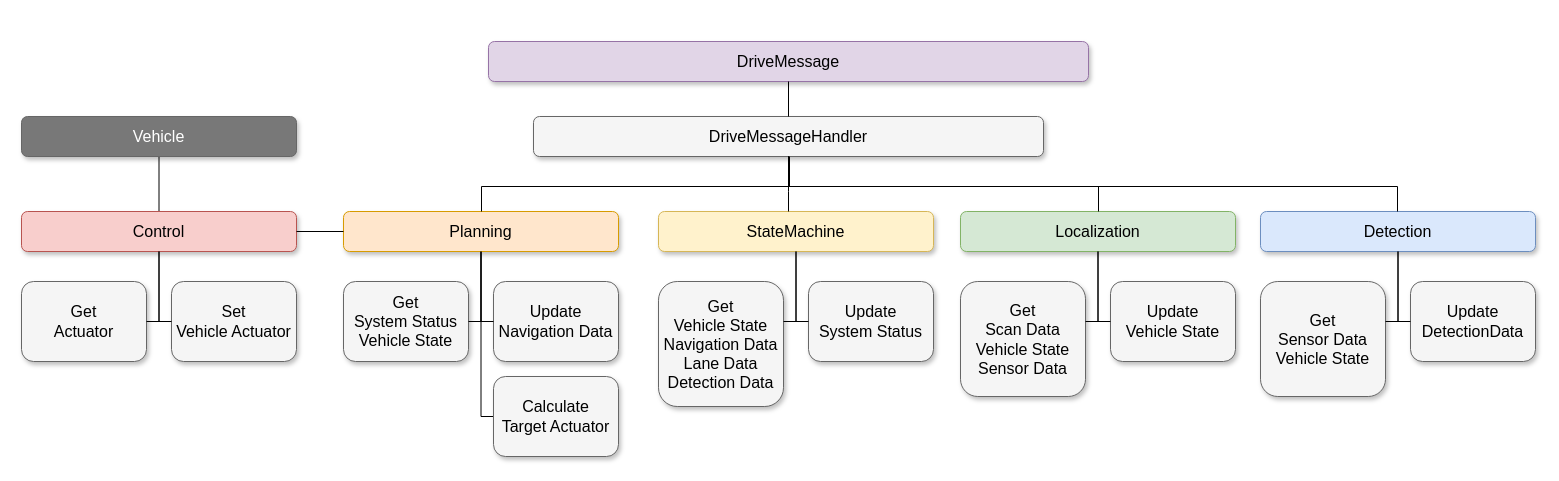
This is document/Structure.drawio from inha-cvl/mobinha-racing, a draw.io file, before an edit. Source tidied: cells renumbered, new cells numbered last; positions are measured from the earlier drawing's top-left corner, leaving out a move shared by most shapes. Both pictures are drawn from the tidied source at 100%, with x=0, y=0 at pixel (21, 41).
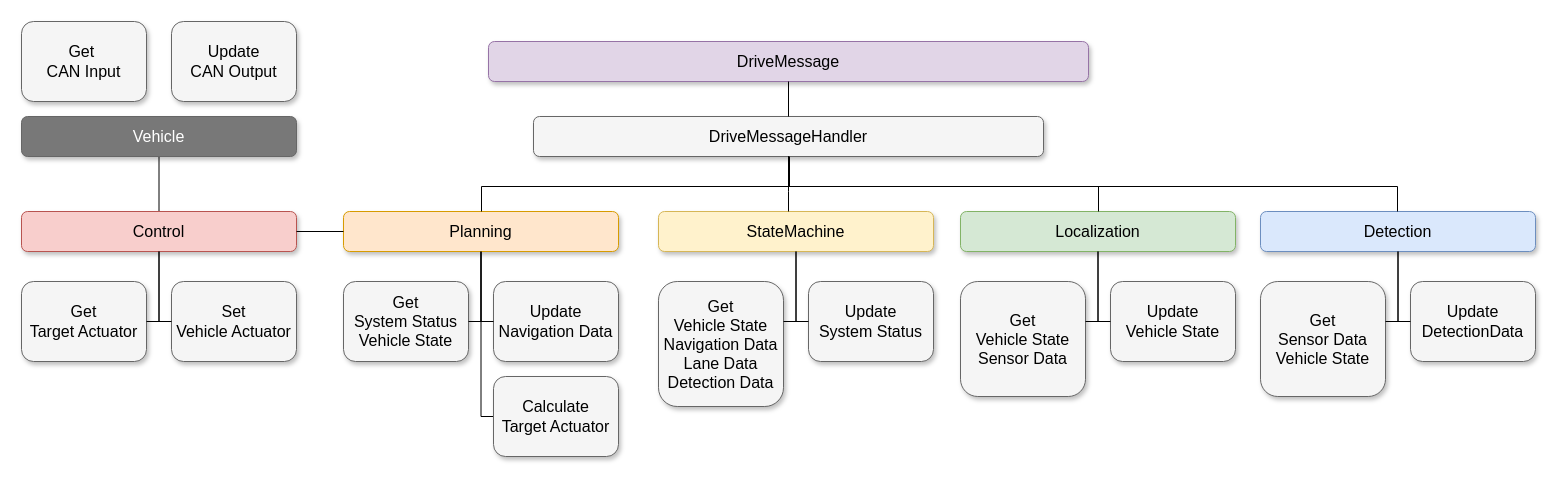
Above is the later version.

Diff of the diagram source:
```diff
@@
-    <mxCell id="15" value="Get&lt;div&gt;Actuator&lt;/div&gt;" style="whiteSpace=wrap;html=1;rounded=1;shadow=1;strokeWidth=1;fontSize=16;align=center;fillColor=#f5f5f5;strokeColor=#666666;" parent="1" vertex="1">
+    <mxCell id="15" value="Get&lt;div&gt;Target Actuator&lt;/div&gt;" style="whiteSpace=wrap;html=1;rounded=1;shadow=1;strokeWidth=1;fontSize=16;align=center;fillColor=#f5f5f5;strokeColor=#666666;" parent="1" vertex="1">
       <mxGeometry y="240" width="125" height="80" as="geometry" />
     </mxCell>
@@
-    <mxCell id="17" value="Get&lt;br&gt;Scan Data&lt;div&gt;Vehicle State&lt;/div&gt;&lt;div&gt;Sensor Data&lt;/div&gt;" style="whiteSpace=wrap;html=1;rounded=1;shadow=1;strokeWidth=1;fontSize=16;align=center;fillColor=#f5f5f5;strokeColor=#666666;" parent="1" vertex="1">
+    <mxCell id="17" value="Get&lt;br&gt;&lt;div&gt;Vehicle State&lt;/div&gt;&lt;div&gt;Sensor Data&lt;/div&gt;" style="whiteSpace=wrap;html=1;rounded=1;shadow=1;strokeWidth=1;fontSize=16;align=center;fillColor=#f5f5f5;strokeColor=#666666;" parent="1" vertex="1">
       <mxGeometry x="939" y="240" width="125" height="115" as="geometry" />
     </mxCell>
@@
+    <mxCell id="39" value="Get&amp;nbsp;&lt;br&gt;CAN Input" style="whiteSpace=wrap;html=1;rounded=1;shadow=1;strokeWidth=1;fontSize=16;align=center;fillColor=#f5f5f5;strokeColor=#666666;" parent="1" vertex="1">
+      <mxGeometry y="-20" width="125" height="80" as="geometry" />
+    </mxCell>
+    <mxCell id="40" value="&lt;div&gt;Update&lt;/div&gt;&lt;div&gt;CAN Output&lt;/div&gt;" style="whiteSpace=wrap;html=1;rounded=1;shadow=1;strokeWidth=1;fontSize=16;align=center;fillColor=#f5f5f5;strokeColor=#666666;" parent="1" vertex="1">
+      <mxGeometry x="150" y="-20" width="125" height="80" as="geometry" />
+    </mxCell>
```
